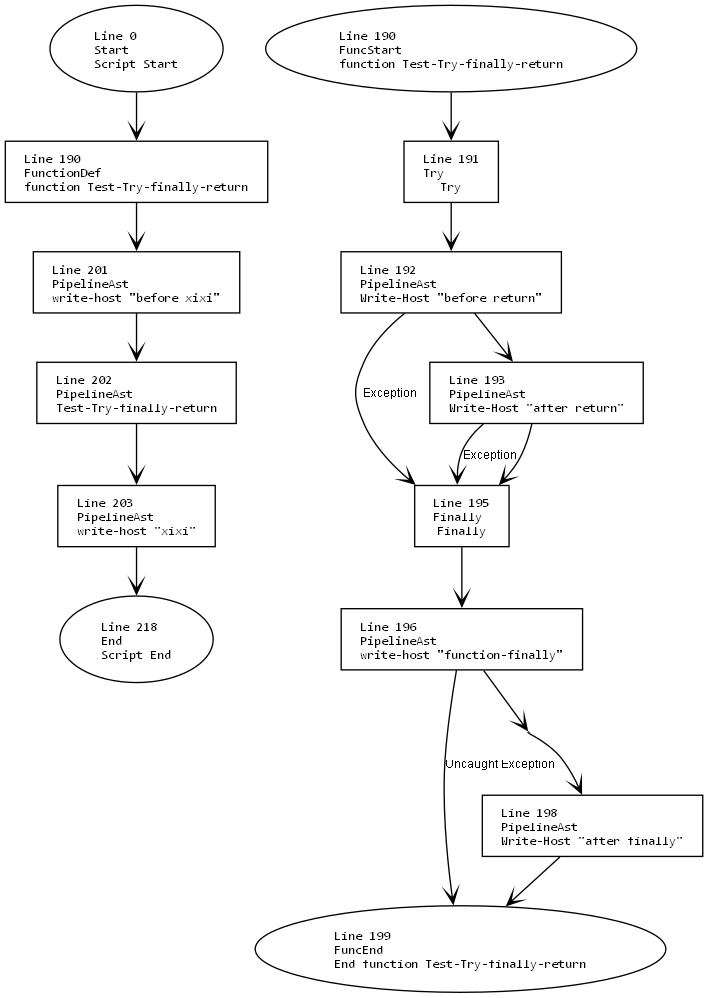
This is in/in.png from mine41/deob, a Graphviz export, as it was before one commit. Its source is kept beside it as in/in.dot.
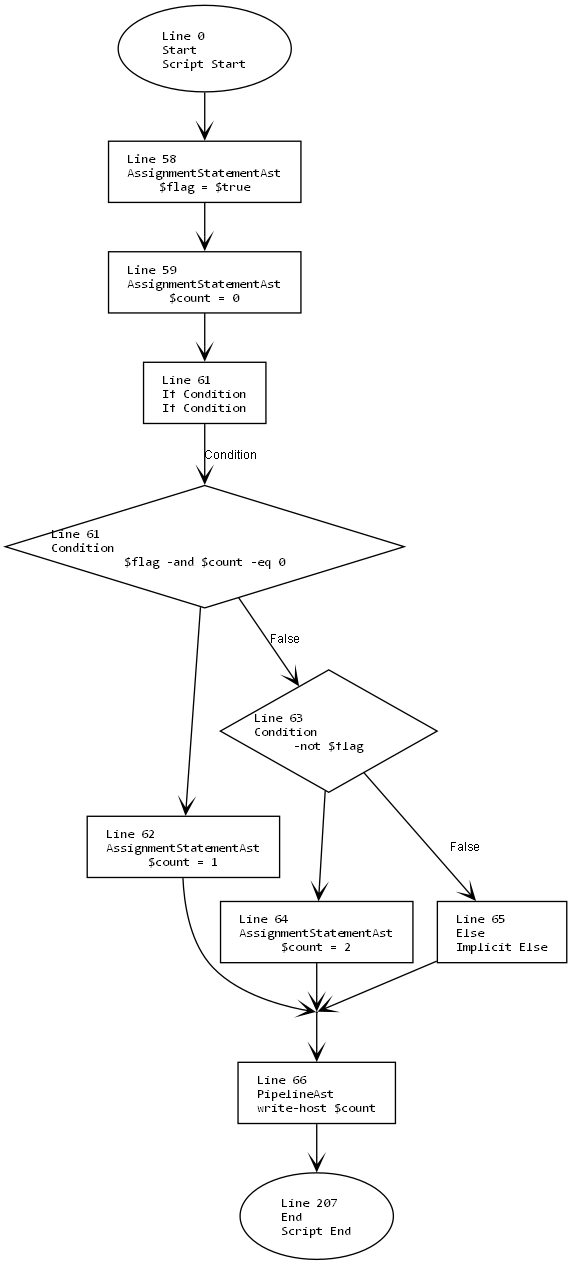
Above is the later version.

What changed in the source:
```diff
@@ -11,35 +11,29 @@
     edge [fontname="Arial", arrowhead=vee, fontsize=9];
 
     1 [label="Line 0\lStart\lScript Start", shape=oval];
-    2 [label="Line 218\lEnd\lScript End", shape=oval];
-    3 [label="Line 190\lFunctionDef\lfunction Test-Try-finally-return", shape=box];
-    4 [label="Line 190\lFuncStart\lfunction Test-Try-finally-return", shape=oval];
-    5 [label="Line 199\lFuncEnd\lEnd function Test-Try-finally-return", shape=oval];
-    6 [label="Line 191\lTry\lTry", shape=box];
-    7 [label="Line 195\lFinally\lFinally", shape=box];
-    8 [label="Line 192\lPipelineAst\lWrite-Host \"before return\"", shape=box];
-    9 [label="Line 193\lPipelineAst\lWrite-Host \"after return\"", shape=box];
-    10 [label="Line 196\lPipelineAst\lwrite-host \"function-finally\"", shape=box];
-    11 [label="Line 197\lMerge\lTry-End", shape=point];
-    12 [label="Line 198\lPipelineAst\lWrite-Host \"after finally\"", shape=box];
-    13 [label="Line 201\lPipelineAst\lwrite-host \"before xixi\"", shape=box];
-    14 [label="Line 202\lPipelineAst\lTest-Try-finally-return", shape=box];
-    15 [label="Line 203\lPipelineAst\lwrite-host \"xixi\"", shape=box];
+    2 [label="Line 207\lEnd\lScript End", shape=oval];
+    3 [label="Line 58\lAssignmentStatementAst\l$flag = $true", shape=box];
+    4 [label="Line 59\lAssignmentStatementAst\l$count = 0", shape=box];
+    5 [label="Line 61\lIf Condition\lIf Condition", shape=box];
+    6 [label="Line 61\lCondition\l$flag -and $count -eq 0", shape=diamond];
+    7 [label="Line 62\lAssignmentStatementAst\l$count = 1", shape=box];
+    8 [label="Line 63\lCondition\l-not $flag", shape=diamond];
+    9 [label="Line 64\lAssignmentStatementAst\l$count = 2", shape=box];
+    10 [label="Line 65\lElse\lImplicit Else", shape=box];
+    11 [label="Line 65\lMerge\lIf-End", shape=point];
+    12 [label="Line 66\lPipelineAst\lwrite-host $count", shape=box];
 
     1 -> 3;
-    4 -> 6;
-    6 -> 8;
+    3 -> 4;
+    4 -> 5;
+    5 -> 6 [label="Condition"];
+    6 -> 7;
+    6 -> 8 [label="False"];
     8 -> 9;
-    8 -> 7 [label="Exception"];
-    9 -> 7 [label="Exception"];
-    9 -> 7;
-    7 -> 10;
-    10 -> 5 [label="Uncaught Exception"];
+    8 -> 10 [label="False"];
+    7 -> 11;
+    9 -> 11;
     10 -> 11;
     11 -> 12;
-    12 -> 5;
-    3 -> 13;
-    13 -> 14;
-    14 -> 15;
-    15 -> 2;
+    12 -> 2;
 }
```
